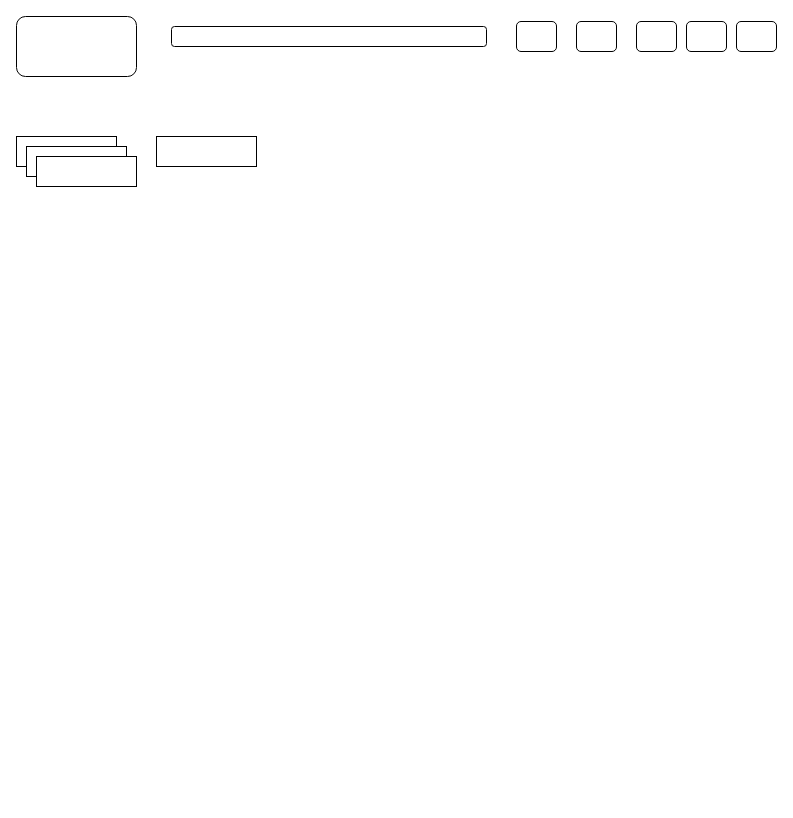
Above: AlexandriaLibrary.drawio in Pao099/AWS (draw.io), before the change. Source tidied: cells renumbered, new cells numbered last; positions are measured from the earlier drawing's top-left corner, leaving out a move shared by most shapes. Both pictures are drawn from the tidied source at 100%, with x=0, y=0 at pixel (16, 16).
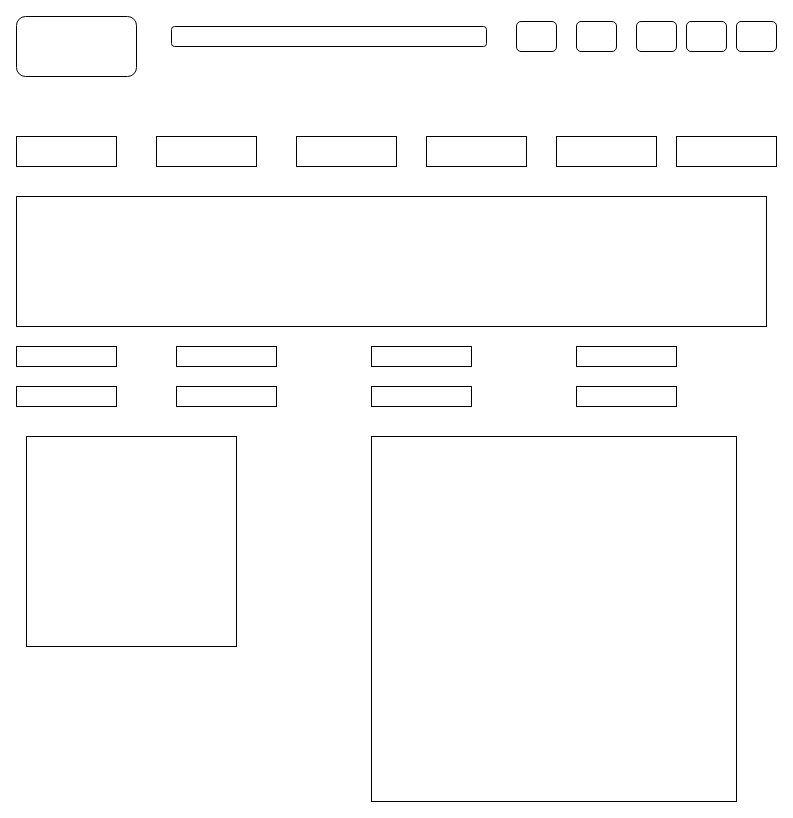
The same diagram, later.

Change to the diagram source:
```diff
@@
     <mxCell id="10" style="rounded=0;whiteSpace=wrap;html=1;" parent="1" vertex="1">
-      <mxGeometry x="10" y="130" width="100" height="30" as="geometry" />
+      <mxGeometry x="410" y="120" width="100" height="30" as="geometry" />
     </mxCell>
     <mxCell id="11" style="rounded=0;whiteSpace=wrap;html=1;" parent="1" vertex="1">
-      <mxGeometry x="20" y="140" width="100" height="30" as="geometry" />
+      <mxGeometry x="280" y="120" width="100" height="30" as="geometry" />
     </mxCell>
@@
+    <mxCell id="13" style="rounded=0;whiteSpace=wrap;html=1;" parent="1" vertex="1">
+      <mxGeometry x="660" y="120" width="100" height="30" as="geometry" />
+    </mxCell>
+    <mxCell id="14" style="rounded=0;whiteSpace=wrap;html=1;" parent="1" vertex="1">
+      <mxGeometry x="540" y="120" width="100" height="30" as="geometry" />
+    </mxCell>
+    <mxCell id="15" style="rounded=0;whiteSpace=wrap;html=1;" parent="1" vertex="1">
+      <mxGeometry y="180" width="750" height="130" as="geometry" />
+    </mxCell>
+    <mxCell id="16" style="rounded=0;whiteSpace=wrap;html=1;" parent="1" vertex="1">
+      <mxGeometry y="330" width="100" height="20" as="geometry" />
+    </mxCell>
+    <mxCell id="17" style="rounded=0;whiteSpace=wrap;html=1;" parent="1" vertex="1">
+      <mxGeometry x="560" y="330" width="100" height="20" as="geometry" />
+    </mxCell>
+    <mxCell id="18" style="rounded=0;whiteSpace=wrap;html=1;" parent="1" vertex="1">
+      <mxGeometry x="355" y="330" width="100" height="20" as="geometry" />
+    </mxCell>
+    <mxCell id="19" style="rounded=0;whiteSpace=wrap;html=1;" parent="1" vertex="1">
+      <mxGeometry x="160" y="330" width="100" height="20" as="geometry" />
+    </mxCell>
+    <mxCell id="20" style="rounded=0;whiteSpace=wrap;html=1;" parent="1" vertex="1">
+      <mxGeometry y="370" width="100" height="20" as="geometry" />
+    </mxCell>
+    <mxCell id="21" style="rounded=0;whiteSpace=wrap;html=1;" parent="1" vertex="1">
+      <mxGeometry x="355" y="370" width="100" height="20" as="geometry" />
+    </mxCell>
+    <mxCell id="22" style="rounded=0;whiteSpace=wrap;html=1;" parent="1" vertex="1">
+      <mxGeometry x="160" y="370" width="100" height="20" as="geometry" />
+    </mxCell>
+    <mxCell id="23" style="rounded=0;whiteSpace=wrap;html=1;" parent="1" vertex="1">
+      <mxGeometry x="560" y="370" width="100" height="20" as="geometry" />
+    </mxCell>
+    <mxCell id="24" style="whiteSpace=wrap;html=1;" parent="1" vertex="1">
+      <mxGeometry x="10" y="420" width="210" height="210" as="geometry" />
+    </mxCell>
+    <mxCell id="25" style="whiteSpace=wrap;html=1;" parent="1" vertex="1">
+      <mxGeometry x="355" y="420" width="365" height="365" as="geometry" />
+    </mxCell>
```
